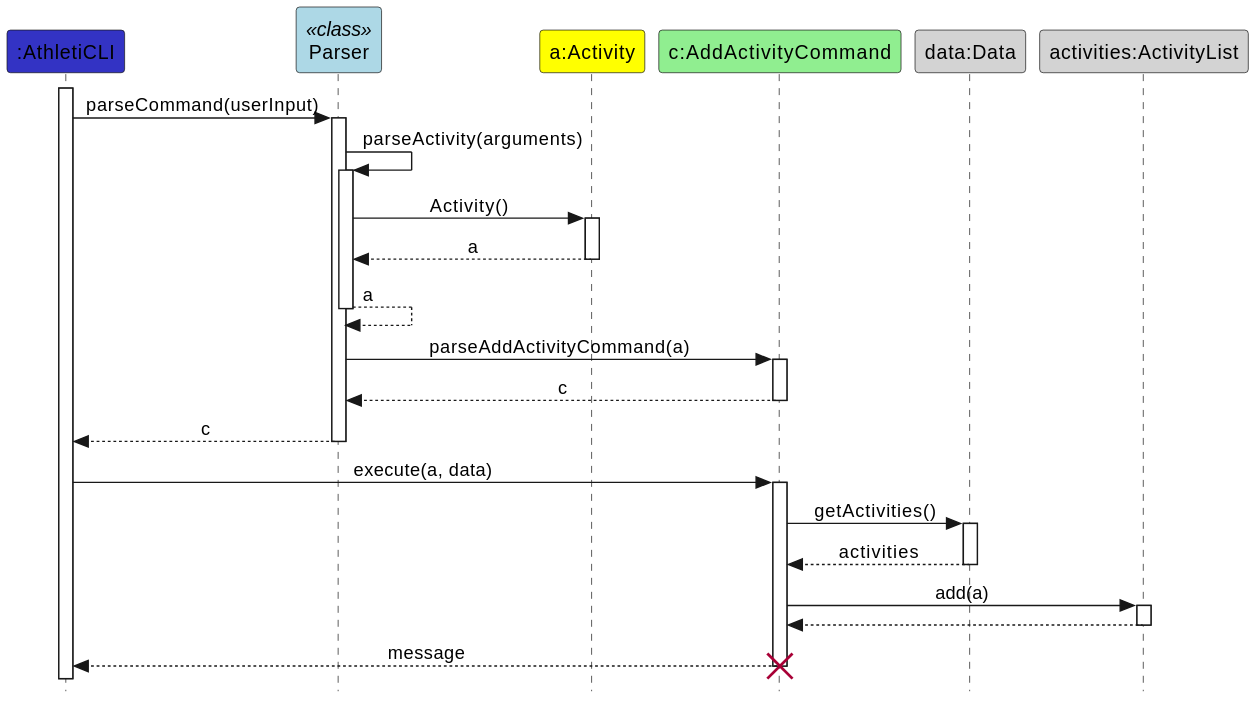
This is docs/images/AddActivity.svg from AY2324S1-CS2113-T17-1/tp, a PlantUML export, as it was before one commit. Source of this version:
```plantuml
@startuml
skinparam Style strictuml
skinparam SequenceMessageAlignment center

!define LOGIC_COLOR #3333C4

participant ":AthletiCLI" as AthletiCLI LOGIC_COLOR
participant "Parser" as Parser <<class>> #lightblue
participant "a:Activity" as Activity #yellow
participant "c:AddActivityCommand" as AddActivityCommand #lightgreen
participant "data:Data" as Data #lightgrey
participant "activities:ActivityList" as activities #lightgrey

AthletiCLI++
AthletiCLI -> Parser++: parseCommand(userInput)
Parser -> Parser++: parseActivity(arguments)
Parser -> Activity++: Activity()
Activity --> Parser--: a
Parser --> Parser: a
Parser--
Parser -> AddActivityCommand++: parseAddActivityCommand(a)
AddActivityCommand --> Parser--: c
Parser --> AthletiCLI--: c

AthletiCLI -> AddActivityCommand++: execute(a, data)
AddActivityCommand -> Data++: getActivities()

Data --> AddActivityCommand--: activities
AddActivityCommand -> activities++: add(a)
activities --> AddActivityCommand--
AddActivityCommand --> AthletiCLI--: message

destroy AddActivityCommand
@enduml
```
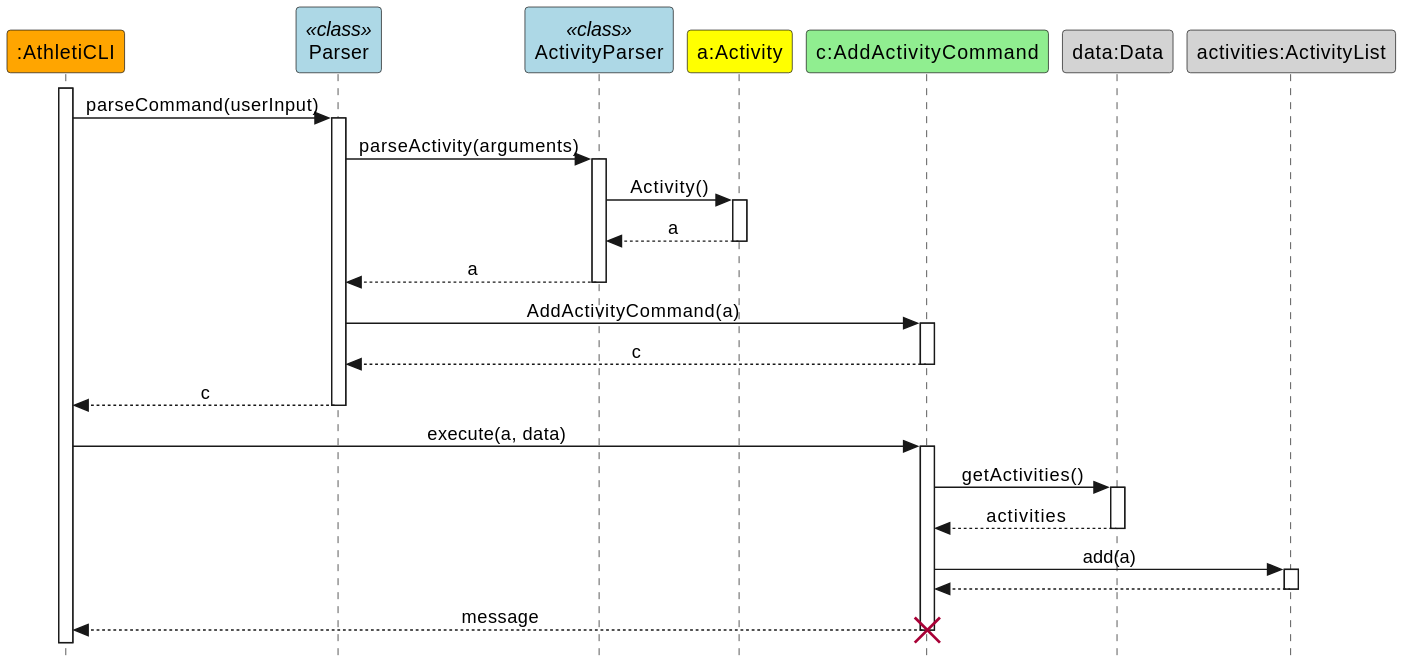
The same file after the commit.

Change to the diagram source:
```diff
@@ -4,8 +4,9 @@
 
 !define LOGIC_COLOR #3333C4
 
-participant ":AthletiCLI" as AthletiCLI LOGIC_COLOR
+participant ":AthletiCLI" as AthletiCLI #orange
 participant "Parser" as Parser <<class>> #lightblue
+participant "ActivityParser" as ActivityParser <<class>> #lightblue
 participant "a:Activity" as Activity #yellow
 participant "c:AddActivityCommand" as AddActivityCommand #lightgreen
 participant "data:Data" as Data #lightgrey
@@ -13,12 +14,11 @@
 
 AthletiCLI++
 AthletiCLI -> Parser++: parseCommand(userInput)
-Parser -> Parser++: parseActivity(arguments)
-Parser -> Activity++: Activity()
-Activity --> Parser--: a
-Parser --> Parser: a
-Parser--
-Parser -> AddActivityCommand++: parseAddActivityCommand(a)
+Parser -> ActivityParser++: parseActivity(arguments)
+ActivityParser -> Activity++: Activity()
+Activity --> ActivityParser--: a
+ActivityParser --> Parser--: a
+Parser -> AddActivityCommand++: AddActivityCommand(a)
 AddActivityCommand --> Parser--: c
 Parser --> AthletiCLI--: c
 
```
